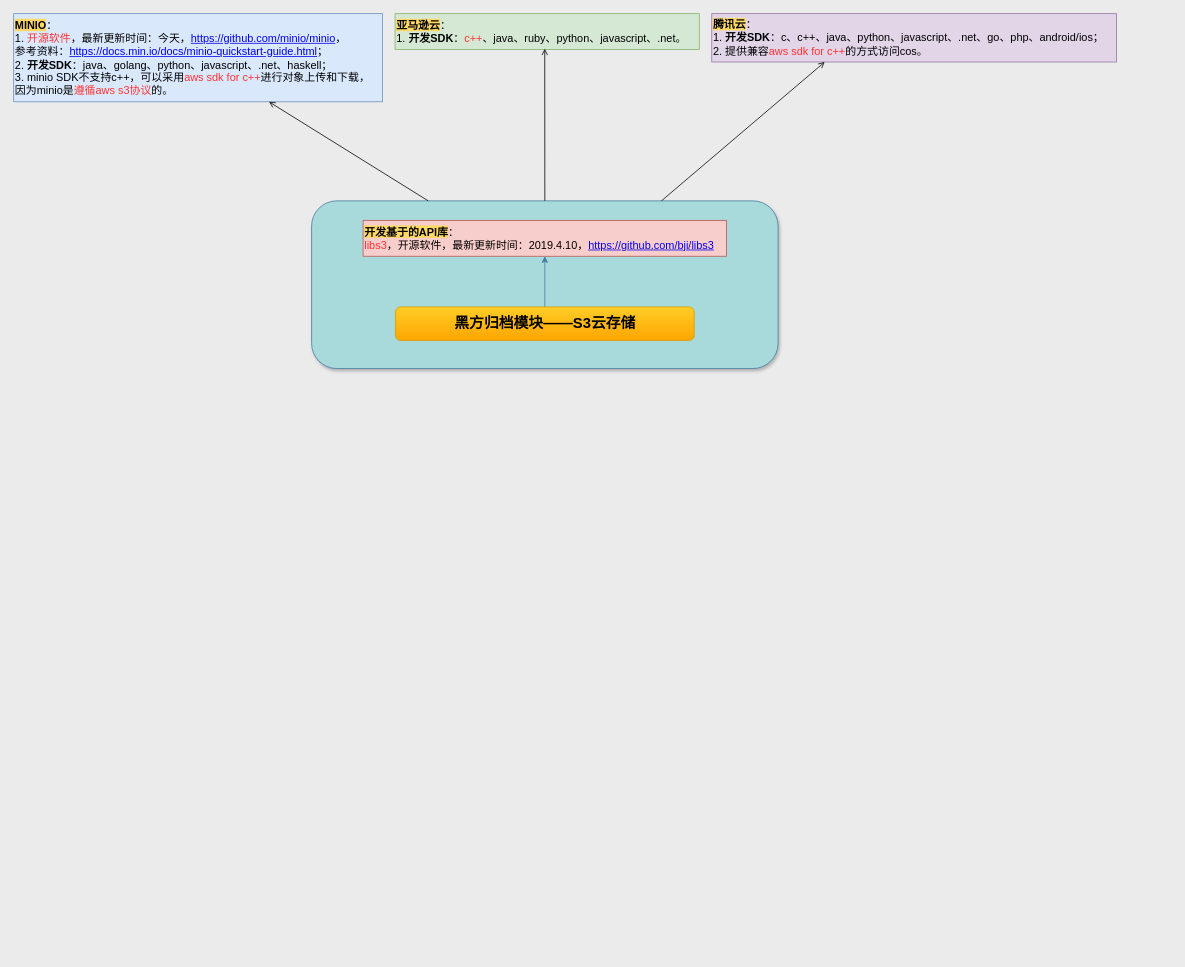
This is page "6.8 S3云存储开发框架" (2 of 2) of 02-unary_work/01-黑方6.8版本归档模块/S3云存储.drawio from chenzhaoguo/UML, a draw.io file, before an edit. Source tidied: cells renumbered, new cells numbered last; positions are measured from the earlier drawing's top-left corner, leaving out a move shared by most shapes. Both pictures are drawn from the tidied source at 78%, with x=0, y=0 at pixel (13, 13). Pictures stored in the file or linked from it are replaced by grey dashed boxes.
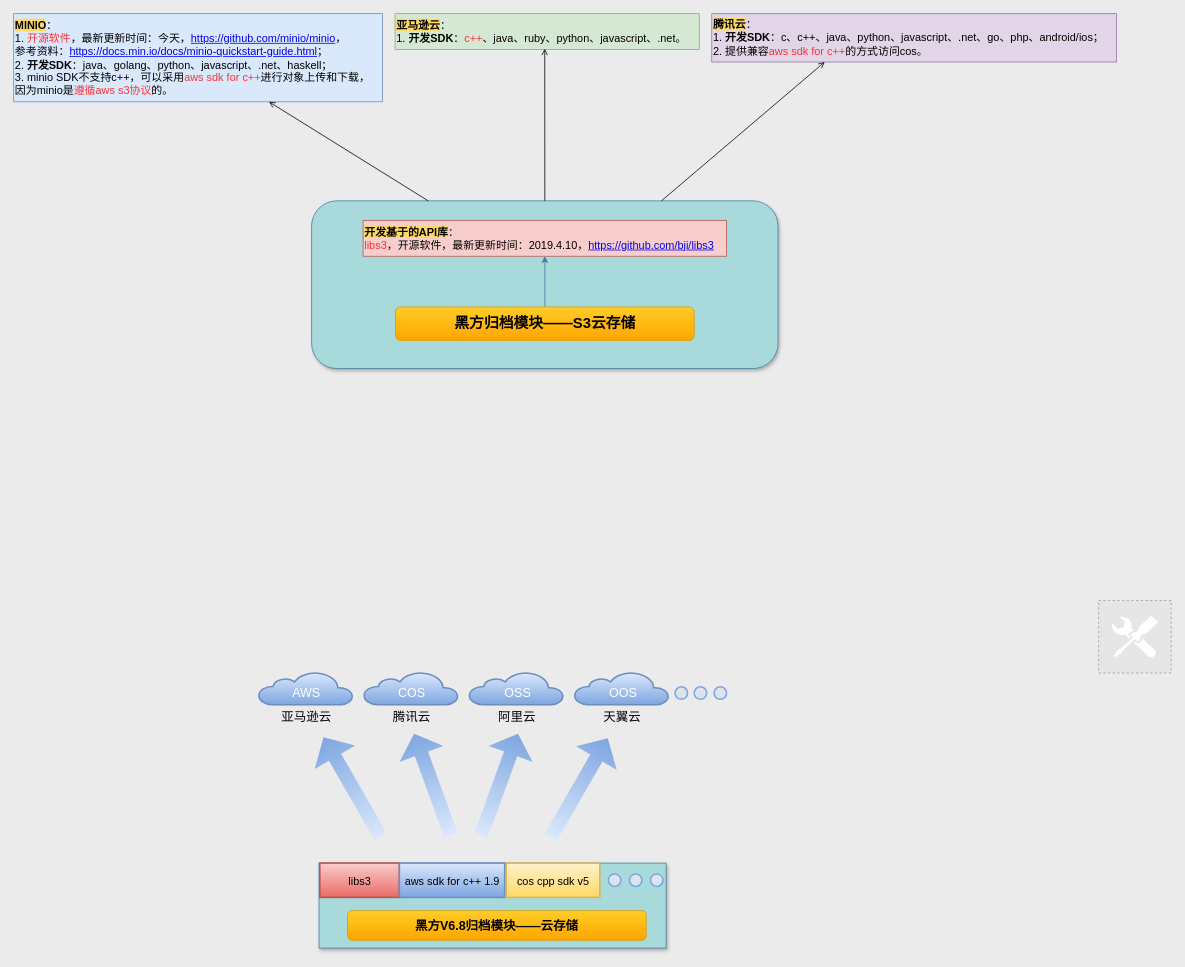
Above is the later version.

Commit message (it also covers changes not shown here):
添加归档功能图

Diff of the diagram source:
```diff
@@
-<mxGraphModel background="#ebebeb">
+<mxGraphModel background="#EBEBEB">
@@
+    <mxCell id="12" style="rounded=0;whiteSpace=wrap;html=1;labelBackgroundColor=#FFD966;strokeColor=#457B9D;fontSize=14;fontColor=#FF3333;fillColor=#A8DADC;gradientDirection=south;shadow=1;" parent="1" vertex="1">
+      <mxGeometry x="391.5" y="1089" width="445" height="109" as="geometry" />
+    </mxCell>
+    <mxCell id="13" value="&lt;font size=&quot;1&quot; style=&quot;&quot;&gt;&lt;b style=&quot;font-size: 16px;&quot;&gt;黑方V6.8归档模块——云存储&lt;/b&gt;&lt;/font&gt;" style="rounded=1;whiteSpace=wrap;html=1;strokeColor=#d79b00;fillColor=#ffcd28;gradientColor=#ffa500;gradientDirection=south;" parent="1" vertex="1">
+      <mxGeometry x="428" y="1150" width="383" height="38" as="geometry" />
+    </mxCell>
+    <mxCell id="14" value="&lt;font style=&quot;font-size: 14px;&quot;&gt;libs3&lt;/font&gt;" style="rounded=0;whiteSpace=wrap;html=1;shadow=0;strokeColor=#b85450;strokeWidth=2;fontSize=16;fillColor=#f8cecc;gradientDirection=south;gradientColor=#ea6b66;" parent="1" vertex="1">
+      <mxGeometry x="392.5" y="1089" width="102" height="44" as="geometry" />
+    </mxCell>
+    <mxCell id="15" value="&lt;font style=&quot;font-size: 14px;&quot;&gt;aws sdk for c++ 1.9&lt;/font&gt;" style="rounded=0;whiteSpace=wrap;html=1;shadow=0;strokeColor=#6c8ebf;strokeWidth=2;fontSize=16;fillColor=#dae8fc;gradientDirection=south;gradientColor=#7ea6e0;" parent="1" vertex="1">
+      <mxGeometry x="494.5" y="1089" width="135" height="44" as="geometry" />
+    </mxCell>
+    <mxCell id="16" value="&lt;span style=&quot;font-size: 14px;&quot;&gt;cos cpp sdk v5&lt;/span&gt;" style="rounded=0;whiteSpace=wrap;html=1;shadow=0;strokeColor=#d6b656;strokeWidth=2;fontSize=16;fillColor=#fff2cc;gradientDirection=south;gradientColor=#ffd966;" parent="1" vertex="1">
+      <mxGeometry x="631.5" y="1089" width="120" height="44" as="geometry" />
+    </mxCell>
+    <mxCell id="17" style="ellipse;whiteSpace=wrap;html=1;rounded=0;shadow=0;strokeColor=#7EA6E0;strokeWidth=2;fontSize=16;fontColor=#FF0000;fillColor=#E6E6E6;gradientColor=#D4E1F5;gradientDirection=south;" parent="1" vertex="1">
+      <mxGeometry x="762.5" y="1103" width="16" height="16" as="geometry" />
+    </mxCell>
+    <mxCell id="18" style="ellipse;whiteSpace=wrap;html=1;rounded=0;shadow=0;strokeColor=#7EA6E0;strokeWidth=2;fontSize=16;fontColor=#FF0000;fillColor=#E6E6E6;gradientColor=#D4E1F5;gradientDirection=south;" parent="1" vertex="1">
+      <mxGeometry x="789.5" y="1103" width="16" height="16" as="geometry" />
+    </mxCell>
+    <mxCell id="19" style="ellipse;whiteSpace=wrap;html=1;rounded=0;shadow=0;strokeColor=#7EA6E0;strokeWidth=2;fontSize=16;fontColor=#FF0000;fillColor=#E6E6E6;gradientColor=#D4E1F5;gradientDirection=south;" parent="1" vertex="1">
+      <mxGeometry x="816.5" y="1103" width="16" height="16" as="geometry" />
+    </mxCell>
+    <mxCell id="20" style="shape=singleArrow;direction=north;whiteSpace=wrap;html=1;rounded=0;shadow=0;labelBackgroundColor=none;strokeColor=none;strokeWidth=2;fontSize=16;fillColor=#dae8fc;gradientColor=#7ea6e0;gradientDirection=east;rotation=330;" parent="1" vertex="1">
+      <mxGeometry x="404" y="918" width="60" height="147" as="geometry" />
+    </mxCell>
+    <mxCell id="21" style="shape=singleArrow;direction=north;whiteSpace=wrap;html=1;rounded=0;shadow=0;labelBackgroundColor=none;strokeColor=none;strokeWidth=2;fontSize=16;fillColor=#dae8fc;gradientColor=#7ea6e0;gradientDirection=east;rotation=340;" parent="1" vertex="1">
+      <mxGeometry x="507" y="919" width="60" height="138" as="geometry" />
+    </mxCell>
+    <mxCell id="22" style="shape=singleArrow;direction=north;whiteSpace=wrap;html=1;rounded=0;shadow=0;labelBackgroundColor=none;strokeColor=none;strokeWidth=2;fontSize=16;fillColor=#dae8fc;gradientColor=#7ea6e0;gradientDirection=east;rotation=20;" parent="1" vertex="1">
+      <mxGeometry x="593" y="919" width="60" height="138" as="geometry" />
+    </mxCell>
+    <mxCell id="23" style="group;" parent="1" vertex="1">
+      <mxGeometry x="314" y="844" width="600" height="42.3" as="geometry" />
+    </mxCell>
+    <mxCell id="24" style="ellipse;whiteSpace=wrap;html=1;rounded=0;shadow=0;strokeColor=#7EA6E0;strokeWidth=2;fontSize=16;fontColor=#FF0000;fillColor=#E6E6E6;gradientColor=#D4E1F5;gradientDirection=south;" parent="23" vertex="1">
+      <mxGeometry x="534" y="19" width="16" height="16" as="geometry" />
+    </mxCell>
+    <mxCell id="25" style="ellipse;whiteSpace=wrap;html=1;rounded=0;shadow=0;strokeColor=#7EA6E0;strokeWidth=2;fontSize=16;fontColor=#FF0000;fillColor=#E6E6E6;gradientColor=#D4E1F5;gradientDirection=south;" parent="23" vertex="1">
+      <mxGeometry x="558.5" y="19" width="16" height="16" as="geometry" />
+    </mxCell>
+    <mxCell id="26" style="ellipse;whiteSpace=wrap;html=1;rounded=0;shadow=0;strokeColor=#7EA6E0;strokeWidth=2;fontSize=16;fontColor=#FF0000;fillColor=#E6E6E6;gradientColor=#D4E1F5;gradientDirection=south;" parent="23" vertex="1">
+      <mxGeometry x="584" y="19" width="16" height="16" as="geometry" />
+    </mxCell>
+    <mxCell id="27" style="group;" parent="23" vertex="1">
+      <mxGeometry width="121" height="42" as="geometry" />
+    </mxCell>
+    <mxCell id="28" value="&lt;font color=&quot;#000000&quot; style=&quot;font-size: 16px;&quot;&gt;亚马逊云&lt;/font&gt;" style="html=1;verticalLabelPosition=bottom;align=center;labelBackgroundColor=none;verticalAlign=top;strokeWidth=2;strokeColor=#6c8ebf;shadow=0;dashed=0;shape=mxgraph.ios7.icons.cloud;rounded=0;fontSize=16;fillColor=#dae8fc;gradientColor=#7ea6e0;gradientDirection=south;" parent="27" vertex="1">
+      <mxGeometry width="121" height="42" as="geometry" />
+    </mxCell>
+    <mxCell id="29" value="&lt;font color=&quot;#ffffff&quot;&gt;AWS&lt;/font&gt;" style="text;html=1;align=center;verticalAlign=middle;strokeColor=none;fillColor=none;fontSize=16;fontColor=#000000;" parent="27" vertex="1">
+      <mxGeometry x="37.5" y="14.3" width="46" height="24.6" as="geometry" />
+    </mxCell>
+    <mxCell id="30" style="group;" parent="23" vertex="1">
+      <mxGeometry x="135" width="121" height="42.3" as="geometry" />
+    </mxCell>
+    <mxCell id="31" value="&lt;font color=&quot;#000000&quot; style=&quot;font-size: 16px;&quot;&gt;腾讯云&lt;/font&gt;" style="html=1;verticalLabelPosition=bottom;align=center;labelBackgroundColor=none;verticalAlign=top;strokeWidth=2;strokeColor=#6c8ebf;shadow=0;dashed=0;shape=mxgraph.ios7.icons.cloud;rounded=0;fontSize=16;fillColor=#dae8fc;gradientColor=#7ea6e0;gradientDirection=south;" parent="30" vertex="1">
+      <mxGeometry width="121" height="42" as="geometry" />
+    </mxCell>
+    <mxCell id="32" value="&lt;font color=&quot;#ffffff&quot;&gt;COS&lt;/font&gt;" style="text;html=1;align=center;verticalAlign=middle;strokeColor=none;fillColor=none;fontSize=16;fontColor=#000000;" parent="30" vertex="1">
+      <mxGeometry x="34.5" y="11.3" width="53" height="31" as="geometry" />
+    </mxCell>
+    <mxCell id="33" style="group;" parent="23" vertex="1">
+      <mxGeometry x="270" width="121" height="42.3" as="geometry" />
+    </mxCell>
+    <mxCell id="34" value="阿里云" style="html=1;verticalLabelPosition=bottom;align=center;labelBackgroundColor=none;verticalAlign=top;strokeWidth=2;strokeColor=#6c8ebf;shadow=0;dashed=0;shape=mxgraph.ios7.icons.cloud;rounded=0;fontSize=16;fillColor=#dae8fc;gradientColor=#7ea6e0;gradientDirection=south;" parent="33" vertex="1">
+      <mxGeometry width="121" height="42" as="geometry" />
+    </mxCell>
+    <mxCell id="35" value="&lt;font color=&quot;#ffffff&quot;&gt;OSS&lt;/font&gt;" style="text;html=1;align=center;verticalAlign=middle;strokeColor=none;fillColor=none;fontSize=16;fontColor=#000000;" parent="33" vertex="1">
+      <mxGeometry x="35.5" y="11.3" width="52" height="31" as="geometry" />
+    </mxCell>
+    <mxCell id="36" style="group;" parent="23" vertex="1">
+      <mxGeometry x="405" width="121" height="42.3" as="geometry" />
+    </mxCell>
+    <mxCell id="37" value="天翼云" style="html=1;verticalLabelPosition=bottom;align=center;labelBackgroundColor=none;verticalAlign=top;strokeWidth=2;strokeColor=#6c8ebf;shadow=0;dashed=0;shape=mxgraph.ios7.icons.cloud;rounded=0;fontSize=16;fillColor=#dae8fc;gradientColor=#7ea6e0;gradientDirection=south;" parent="36" vertex="1">
+      <mxGeometry width="121" height="42" as="geometry" />
+    </mxCell>
+    <mxCell id="38" value="&lt;font color=&quot;#ffffff&quot;&gt;OOS&lt;/font&gt;" style="text;html=1;align=center;verticalAlign=middle;strokeColor=none;fillColor=none;fontSize=16;fontColor=#000000;" parent="36" vertex="1">
+      <mxGeometry x="34.5" y="11.3" width="54" height="31" as="geometry" />
+    </mxCell>
+    <mxCell id="39" style="shape=singleArrow;direction=north;whiteSpace=wrap;html=1;rounded=0;shadow=0;labelBackgroundColor=none;strokeColor=none;strokeWidth=2;fontSize=16;fillColor=#dae8fc;gradientColor=#7ea6e0;gradientDirection=east;rotation=30;" parent="1" vertex="1">
+      <mxGeometry x="695" y="919" width="60" height="147" as="geometry" />
+    </mxCell>
+    <mxCell id="40" style="fillColor=#E6E6E6;strokeColor=#999999;dashed=1;verticalLabelPosition=bottom;labelBackgroundColor=default;verticalAlign=top;" parent="1" vertex="1">
+      <mxGeometry x="1391" y="752.3" width="93" height="93" as="geometry" />
+    </mxCell>
+    <mxCell id="41" style="sketch=0;shadow=0;dashed=0;html=1;labelPosition=center;verticalLabelPosition=bottom;verticalAlign=top;align=center;shape=mxgraph.mscae.enterprise.tool;rounded=0;labelBackgroundColor=none;strokeWidth=2;fontSize=14;strokeColor=none;" parent="1" vertex="1">
+      <mxGeometry x="1407.5" y="771.8" width="60" height="54" as="geometry" />
+    </mxCell>
```
